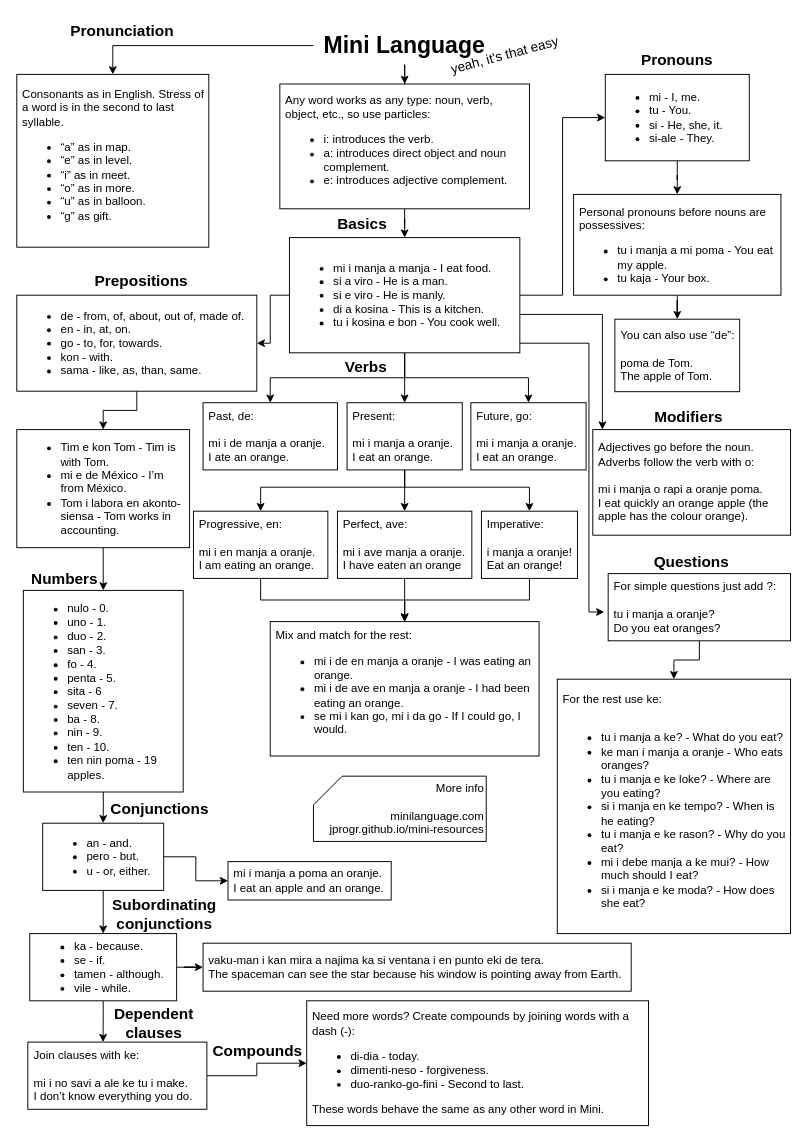
The draw.io diagram assets/bin/mini_one_page.drawio in jProgr/jprogr.github.io, before the edit. Source tidied: cells renumbered, new cells numbered last; positions are measured from the earlier drawing's top-left corner, leaving out a move shared by most shapes. Both pictures are drawn from the tidied source at 96%, with x=0, y=0 at pixel (16, 16).
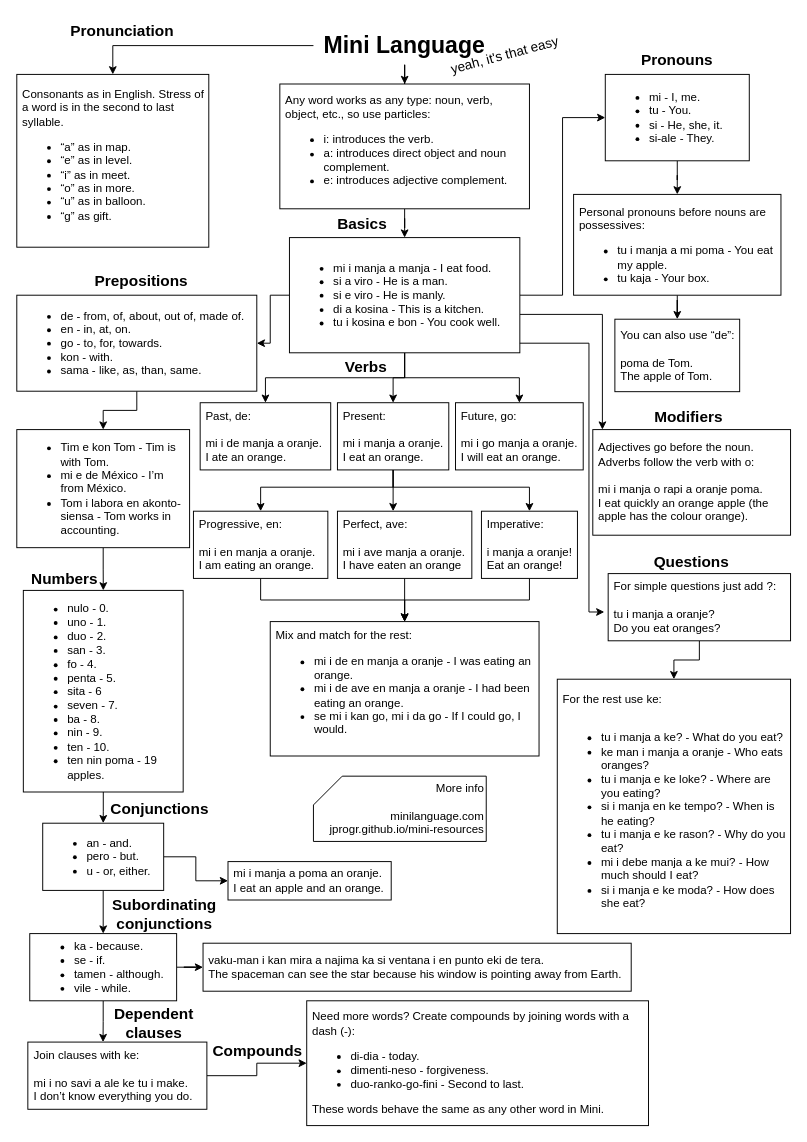
Above is the later version.

Commit message (it also covers changes not shown here):
Update mini one page diagram

Unchanged cells that the change refers to:
```xml
<mxCell id="26" value="&lt;div&gt;Progressive, en:&lt;/div&gt;&lt;div&gt;&lt;br&gt;&lt;/div&gt;&lt;div&gt;mi i en manja a oranje.&lt;/div&gt;&lt;div&gt;I am eating an orange.&lt;/div&gt;" style="rounded=0;whiteSpace=wrap;html=1;align=left;spacing=6;" parent="1" vertex="1">
  <mxGeometry x="184" y="515" width="140" height="70" as="geometry" />
</mxCell>
<mxCell id="28" value="Perfect, ave:&lt;div&gt;&lt;br&gt;&lt;/div&gt;&lt;div&gt;mi i ave manja a oranje.&lt;/div&gt;&lt;div&gt;I have eaten an orange&lt;/div&gt;" style="rounded=0;whiteSpace=wrap;html=1;align=left;spacing=6;" parent="1" vertex="1">
  <mxGeometry x="334" y="515" width="140" height="70" as="geometry" />
</mxCell>
<mxCell id="30" value="&lt;div&gt;Imperative:&lt;/div&gt;&lt;div&gt;&lt;br&gt;&lt;/div&gt;&lt;div&gt;i manja a oranje!&lt;/div&gt;&lt;div&gt;Eat an orange!&lt;/div&gt;" style="rounded=0;whiteSpace=wrap;html=1;align=left;spacing=6;" parent="1" vertex="1">
  <mxGeometry x="484" y="515" width="100" height="70" as="geometry" />
</mxCell>
```

The edit, as a diff of the source:
```diff
@@
-    <mxCell id="19" style="edgeStyle=orthogonalEdgeStyle;rounded=0;jettySize=auto;html=1;" parent="1" edge="1" source="22" target="28">
-      <mxGeometry relative="1" as="geometry" />
-    </mxCell>
     <mxCell id="20" style="edgeStyle=orthogonalEdgeStyle;rounded=0;jettySize=auto;html=1;" parent="1" edge="1" source="22" target="30">
       <mxGeometry relative="1" as="geometry">
         <Array as="points">
-          <mxPoint x="404" y="490" />
+          <mxPoint x="392" y="490" />
           <mxPoint x="534" y="490" />
         </Array>
       </mxGeometry>
     </mxCell>
     <mxCell id="21" style="edgeStyle=orthogonalEdgeStyle;rounded=0;jettySize=auto;html=1;" parent="1" edge="1" source="22" target="26">
       <mxGeometry relative="1" as="geometry">
         <Array as="points">
-          <mxPoint x="404" y="490" />
+          <mxPoint x="392" y="490" />
           <mxPoint x="254" y="490" />
         </Array>
       </mxGeometry>
     </mxCell>
+    <mxCell id="19" style="edgeStyle=orthogonalEdgeStyle;rounded=0;jettySize=auto;html=1;" parent="1" edge="1" source="22" target="28">
+      <mxGeometry relative="1" as="geometry">
+        <Array as="points">
+          <mxPoint x="392" y="510" />
+          <mxPoint x="392" y="510" />
+        </Array>
+      </mxGeometry>
+    </mxCell>
     <mxCell id="22" value="&lt;div&gt;Present:&lt;/div&gt;&lt;div&gt;&lt;br&gt;&lt;/div&gt;&lt;div&gt;mi i manja a oranje.&lt;/div&gt;&lt;div&gt;I eat an orange.&lt;/div&gt;" style="rounded=0;whiteSpace=wrap;html=1;align=left;spacing=6;" parent="1" vertex="1">
-      <mxGeometry x="344" y="402" width="120" height="70" as="geometry" />
+      <mxGeometry x="334" y="402" width="116" height="70" as="geometry" />
     </mxCell>
     <mxCell id="23" value="Past, de:&lt;div&gt;&lt;br&gt;&lt;/div&gt;&lt;div&gt;mi i de manja a oranje.&lt;/div&gt;&lt;div&gt;I ate an orange.&lt;/div&gt;" style="rounded=0;whiteSpace=wrap;html=1;align=left;spacing=6;" parent="1" vertex="1">
-      <mxGeometry x="194" y="402" width="140" height="70" as="geometry" />
+      <mxGeometry x="191" y="402" width="136" height="70" as="geometry" />
     </mxCell>
-    <mxCell id="24" value="Future, go:&lt;div&gt;&lt;br&gt;&lt;/div&gt;&lt;div&gt;mi i manja a oranje.&lt;/div&gt;&lt;div&gt;I eat an orange.&lt;/div&gt;" style="rounded=0;whiteSpace=wrap;html=1;align=left;spacing=6;" parent="1" vertex="1">
-      <mxGeometry x="473" y="402" width="120" height="70" as="geometry" />
+    <mxCell id="24" value="Future, go:&lt;div&gt;&lt;br&gt;&lt;/div&gt;&lt;div&gt;mi i go manja a oranje.&lt;/div&gt;&lt;div&gt;I will eat an orange.&lt;/div&gt;" style="rounded=0;whiteSpace=wrap;html=1;align=left;spacing=6;" parent="1" vertex="1">
+      <mxGeometry x="457" y="402" width="133" height="70" as="geometry" />
     </mxCell>
```
